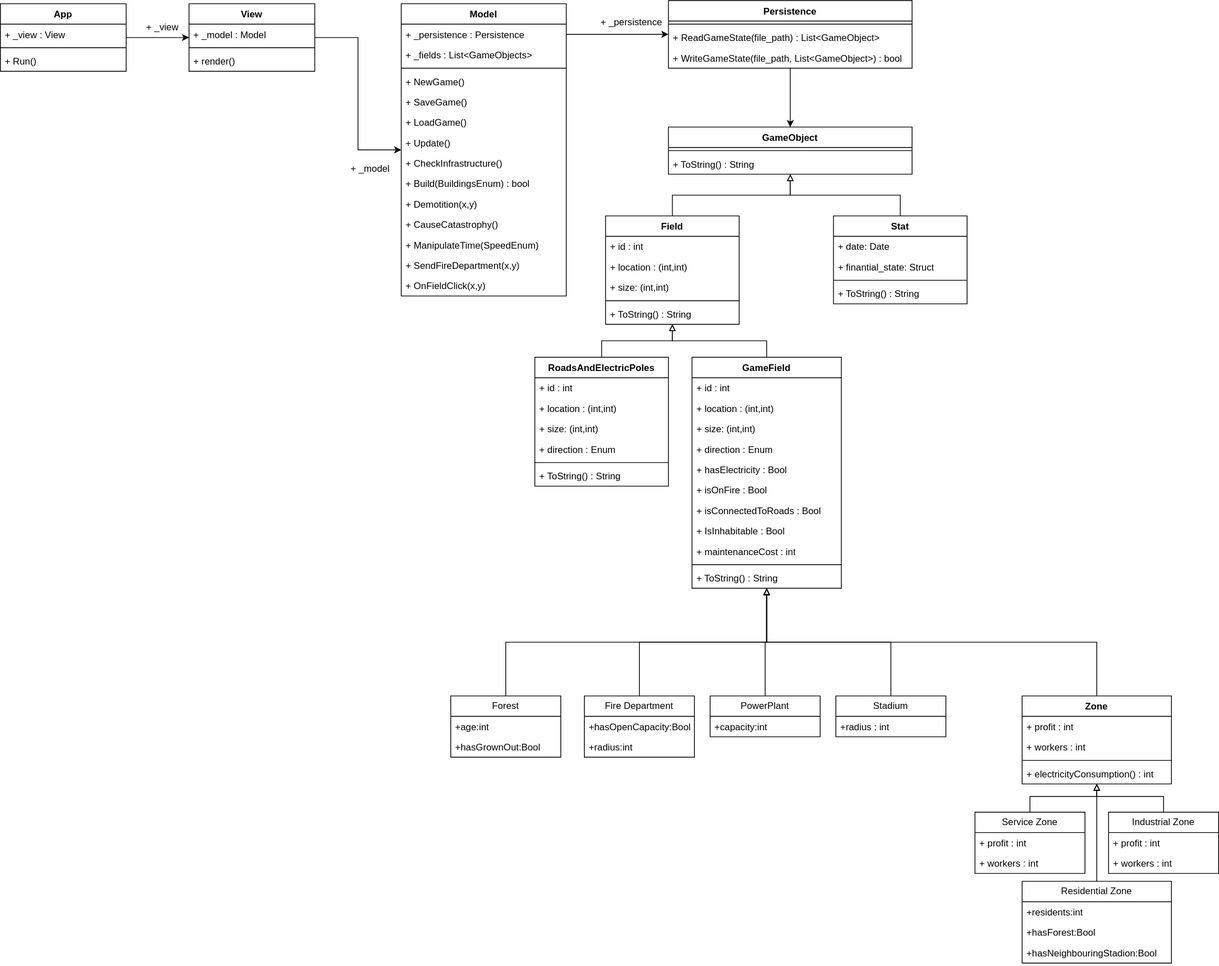
Before: Meta/class-package-diag/class_diag.svg, a diagram exported from draw.io (IModer/Philosophers-Project). Source tidied: cells renumbered, new cells last; positions are measured from the earlier drawing's top-left corner, leaving out a move shared by most shapes.
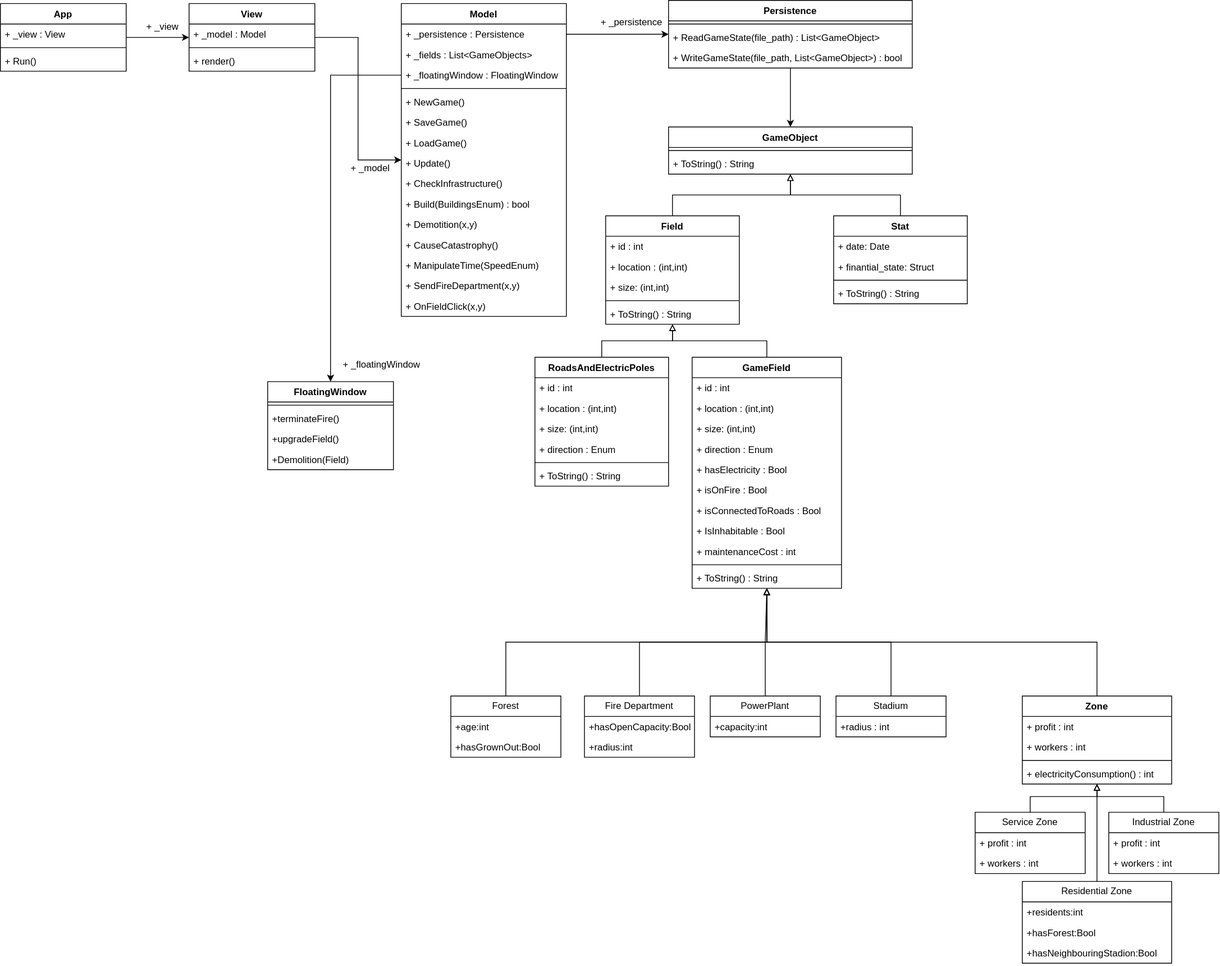
Later version of the same file.

Commit message:
Added floatingWindow to class_diag

Diff of the diagram source:
```diff
@@ -21,7 +21,7 @@
       <mxGeometry relative="1" as="geometry" />
     </mxCell>
     <mxCell id="8" value="Model" style="swimlane;fontStyle=1;align=center;verticalAlign=top;horizontal=1;startSize=26;whiteSpace=wrap;html=1;" parent="1" vertex="1">
-      <mxGeometry x="510" y="4" width="210" height="372" as="geometry" />
+      <mxGeometry x="510" y="4" width="210" height="398" as="geometry" />
     </mxCell>
     <mxCell id="9" value="+ _persistence : Persistence" style="text;strokeColor=none;fillColor=none;align=left;verticalAlign=top;spacingLeft=4;spacingRight=4;overflow=hidden;points=[[0,0.5],[1,0.5]];portConstraint=eastwest;whiteSpace=wrap;html=1;" parent="8" vertex="1">
       <mxGeometry y="26" width="210" height="26" as="geometry" />
@@ -29,41 +29,44 @@
     <mxCell id="10" value="+ _fields : List&amp;lt;GameObjects&amp;gt;" style="text;strokeColor=none;fillColor=none;align=left;verticalAlign=top;spacingLeft=4;spacingRight=4;overflow=hidden;whiteSpace=wrap;html=1;" parent="8" vertex="1">
       <mxGeometry y="52" width="210" height="26" as="geometry" />
     </mxCell>
+    <mxCell id="106" value="+ _floatingWindow : FloatingWindow" style="text;strokeColor=none;fillColor=none;align=left;verticalAlign=top;spacingLeft=4;spacingRight=4;overflow=hidden;points=[[0,0.5],[1,0.5]];portConstraint=eastwest;whiteSpace=wrap;html=1;" parent="8" vertex="1">
+      <mxGeometry y="78" width="210" height="26" as="geometry" />
+    </mxCell>
     <mxCell id="11" style="line;strokeWidth=1;fillColor=none;align=left;verticalAlign=middle;spacingTop=-1;spacingLeft=3;spacingRight=3;labelPosition=right;strokeColor=inherit;" parent="8" vertex="1">
-      <mxGeometry y="78" width="210" height="8" as="geometry" />
+      <mxGeometry y="104" width="210" height="8" as="geometry" />
     </mxCell>
     <mxCell id="12" value="+ NewGame()&lt;br&gt;&lt;div&gt;&lt;br&gt;&lt;/div&gt;&lt;div&gt;&lt;br&gt;&lt;/div&gt;" style="text;strokeColor=none;fillColor=none;align=left;verticalAlign=top;spacingLeft=4;spacingRight=4;overflow=hidden;whiteSpace=wrap;html=1;" parent="8" vertex="1">
-      <mxGeometry y="86" width="210" height="26" as="geometry" />
+      <mxGeometry y="112" width="210" height="26" as="geometry" />
     </mxCell>
     <mxCell id="13" value="+ SaveGame()" style="text;strokeColor=none;fillColor=none;align=left;verticalAlign=top;spacingLeft=4;spacingRight=4;overflow=hidden;whiteSpace=wrap;html=1;" parent="8" vertex="1">
-      <mxGeometry y="112" width="210" height="26" as="geometry" />
+      <mxGeometry y="138" width="210" height="26" as="geometry" />
     </mxCell>
     <mxCell id="14" value="&lt;div&gt;+ LoadGame()&lt;/div&gt;" style="text;strokeColor=none;fillColor=none;align=left;verticalAlign=top;spacingLeft=4;spacingRight=4;overflow=hidden;whiteSpace=wrap;html=1;" parent="8" vertex="1">
-      <mxGeometry y="138" width="210" height="26" as="geometry" />
+      <mxGeometry y="164" width="210" height="26" as="geometry" />
     </mxCell>
     <mxCell id="15" value="+ Update()" style="text;strokeColor=none;fillColor=none;align=left;verticalAlign=top;spacingLeft=4;spacingRight=4;overflow=hidden;whiteSpace=wrap;html=1;" parent="8" vertex="1">
-      <mxGeometry y="164" width="210" height="26" as="geometry" />
+      <mxGeometry y="190" width="210" height="26" as="geometry" />
     </mxCell>
     <mxCell id="16" value="+ CheckInfrastructure()" style="text;strokeColor=none;fillColor=none;align=left;verticalAlign=top;spacingLeft=4;spacingRight=4;overflow=hidden;whiteSpace=wrap;html=1;" parent="8" vertex="1">
-      <mxGeometry y="190" width="210" height="26" as="geometry" />
+      <mxGeometry y="216" width="210" height="26" as="geometry" />
     </mxCell>
     <mxCell id="17" value="+ Build(BuildingsEnum) : bool" style="text;strokeColor=none;fillColor=none;align=left;verticalAlign=top;spacingLeft=4;spacingRight=4;overflow=hidden;whiteSpace=wrap;html=1;" parent="8" vertex="1">
-      <mxGeometry y="216" width="210" height="26" as="geometry" />
+      <mxGeometry y="242" width="210" height="26" as="geometry" />
     </mxCell>
     <mxCell id="18" value="+ Demotition(x,y)" style="text;strokeColor=none;fillColor=none;align=left;verticalAlign=top;spacingLeft=4;spacingRight=4;overflow=hidden;whiteSpace=wrap;html=1;" parent="8" vertex="1">
-      <mxGeometry y="242" width="210" height="26" as="geometry" />
+      <mxGeometry y="268" width="210" height="26" as="geometry" />
     </mxCell>
     <mxCell id="19" value="+ CauseCatastrophy()" style="text;strokeColor=none;fillColor=none;align=left;verticalAlign=top;spacingLeft=4;spacingRight=4;overflow=hidden;whiteSpace=wrap;html=1;" parent="8" vertex="1">
-      <mxGeometry y="268" width="210" height="26" as="geometry" />
+      <mxGeometry y="294" width="210" height="26" as="geometry" />
     </mxCell>
     <mxCell id="20" value="+ ManipulateTime(SpeedEnum)" style="text;strokeColor=none;fillColor=none;align=left;verticalAlign=top;spacingLeft=4;spacingRight=4;overflow=hidden;whiteSpace=wrap;html=1;" parent="8" vertex="1">
-      <mxGeometry y="294" width="210" height="26" as="geometry" />
+      <mxGeometry y="320" width="210" height="26" as="geometry" />
     </mxCell>
     <mxCell id="21" value="+ SendFireDepartment(x,y)" style="text;strokeColor=none;fillColor=none;align=left;verticalAlign=top;spacingLeft=4;spacingRight=4;overflow=hidden;whiteSpace=wrap;html=1;" parent="8" vertex="1">
-      <mxGeometry y="320" width="210" height="26" as="geometry" />
+      <mxGeometry y="346" width="210" height="26" as="geometry" />
     </mxCell>
     <mxCell id="22" value="&lt;div&gt;+ OnFieldClick(x,y)&lt;/div&gt;" style="text;strokeColor=none;fillColor=none;align=left;verticalAlign=top;spacingLeft=4;spacingRight=4;overflow=hidden;whiteSpace=wrap;html=1;" parent="8" vertex="1">
-      <mxGeometry y="346" width="210" height="26" as="geometry" />
+      <mxGeometry y="372" width="210" height="26" as="geometry" />
     </mxCell>
     <mxCell id="23" value="+ _model" style="text;strokeColor=none;fillColor=none;align=left;verticalAlign=top;spacingLeft=4;spacingRight=4;overflow=hidden;whiteSpace=wrap;html=1;" parent="1" vertex="1">
       <mxGeometry x="440" y="200" width="70" height="26" as="geometry" />
@@ -314,5 +317,26 @@
     <mxCell id="105" value="&lt;div&gt;+ _view&lt;/div&gt;" style="text;strokeColor=none;fillColor=none;align=left;verticalAlign=top;spacingLeft=4;spacingRight=4;overflow=hidden;whiteSpace=wrap;html=1;" parent="1" vertex="1">
       <mxGeometry x="180" y="20" width="60" height="26" as="geometry" />
     </mxCell>
+    <mxCell id="107" value="FloatingWindow" style="swimlane;fontStyle=1;align=center;verticalAlign=top;horizontal=1;startSize=26;whiteSpace=wrap;html=1;" parent="1" vertex="1">
+      <mxGeometry x="340" y="485" width="160" height="112" as="geometry" />
+    </mxCell>
+    <mxCell id="108" style="line;strokeWidth=1;fillColor=none;align=left;verticalAlign=middle;spacingTop=-1;spacingLeft=3;spacingRight=3;labelPosition=right;strokeColor=inherit;" parent="107" vertex="1">
+      <mxGeometry y="26" width="160" height="8" as="geometry" />
+    </mxCell>
+    <mxCell id="109" value="+terminateFire()" style="text;strokeColor=none;fillColor=none;align=left;verticalAlign=top;spacingLeft=4;spacingRight=4;overflow=hidden;whiteSpace=wrap;html=1;" parent="107" vertex="1">
+      <mxGeometry y="34" width="160" height="26" as="geometry" />
+    </mxCell>
+    <mxCell id="110" value="+upgradeField()" style="text;strokeColor=none;fillColor=none;align=left;verticalAlign=top;spacingLeft=4;spacingRight=4;overflow=hidden;whiteSpace=wrap;html=1;" parent="107" vertex="1">
+      <mxGeometry y="60" width="160" height="26" as="geometry" />
+    </mxCell>
+    <mxCell id="111" value="+Demolition(Field)" style="text;strokeColor=none;fillColor=none;align=left;verticalAlign=top;spacingLeft=4;spacingRight=4;overflow=hidden;whiteSpace=wrap;html=1;" parent="107" vertex="1">
+      <mxGeometry y="86" width="160" height="26" as="geometry" />
+    </mxCell>
+    <mxCell id="112" style="edgeStyle=orthogonalEdgeStyle;rounded=0;jettySize=auto;html=1;" parent="1" edge="1" source="106" target="107">
+      <mxGeometry relative="1" as="geometry" />
+    </mxCell>
+    <mxCell id="113" value="+ _floatingWindow" style="text;strokeColor=none;fillColor=none;align=left;verticalAlign=top;spacingLeft=4;spacingRight=4;overflow=hidden;whiteSpace=wrap;html=1;" parent="1" vertex="1">
+      <mxGeometry x="430" y="450" width="210" height="26" as="geometry" />
+    </mxCell>
   </root>
 </mxGraphModel>
```
